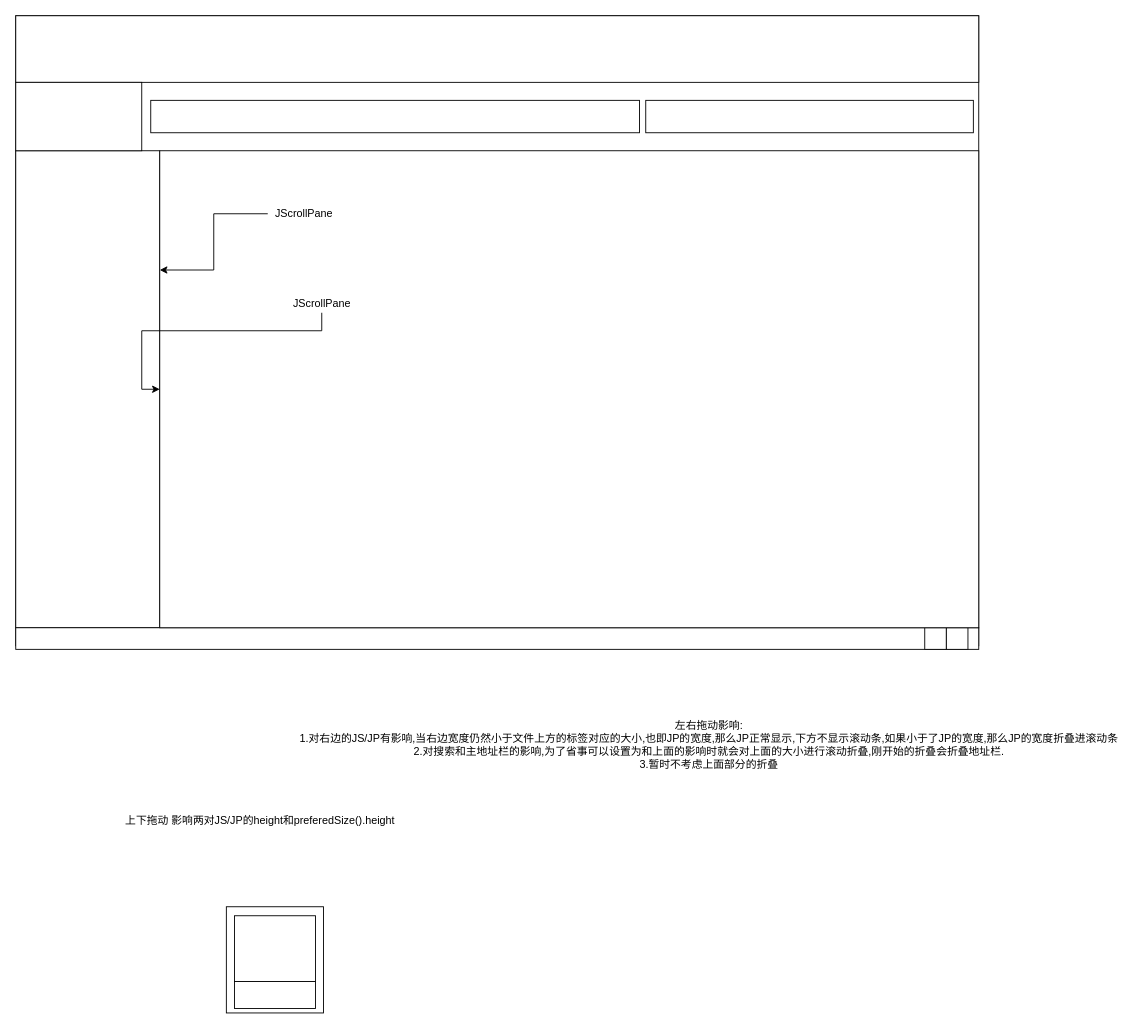
Before: target/classes/filechild.drawio in Basicconstruction/File_explorer, a draw.io diagram. Source tidied: cells renumbered, new cells numbered last; positions are measured from the earlier drawing's top-left corner, leaving out a move shared by most shapes. Both pictures are drawn from the tidied source at 90%, with x=0, y=0 at pixel (15, 15).
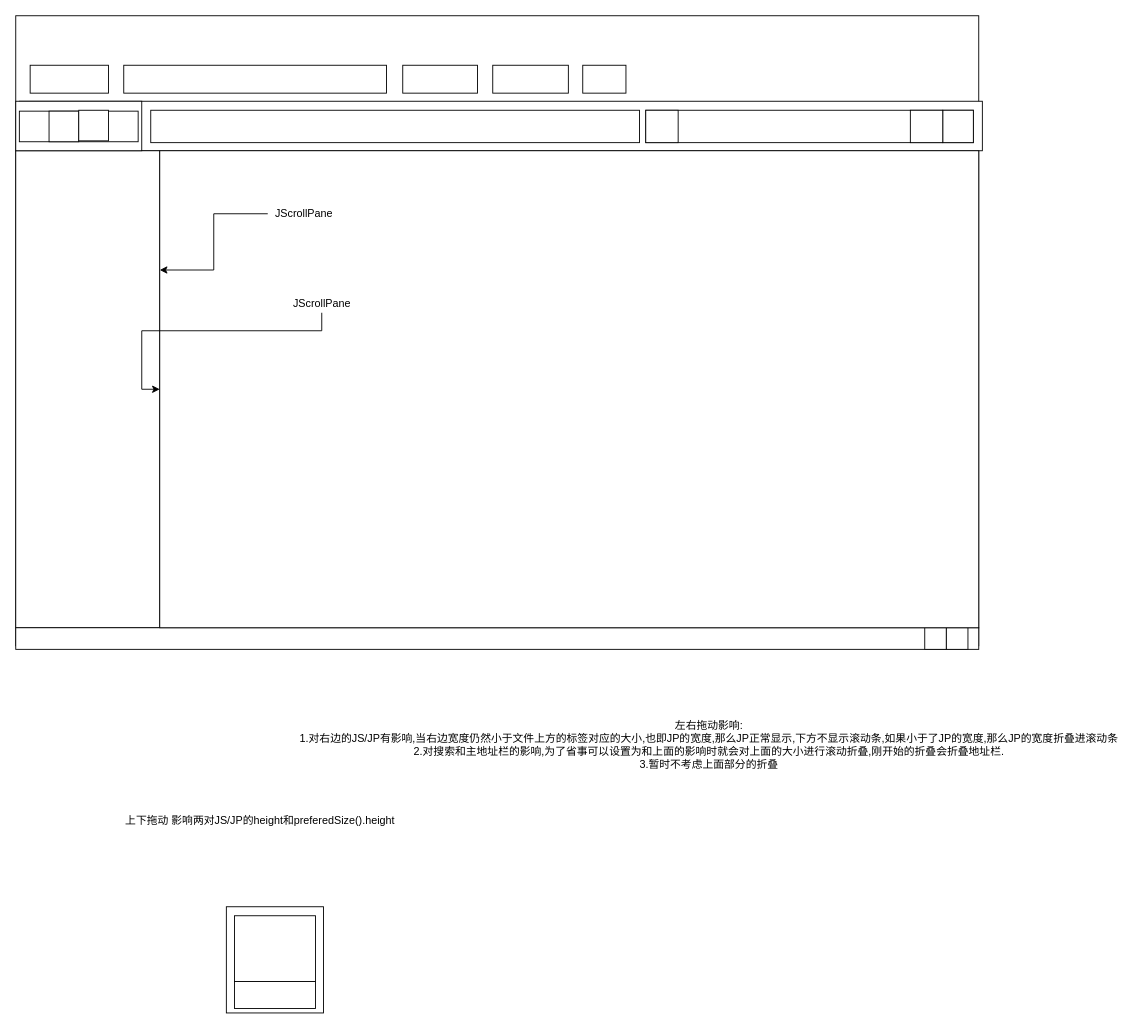
Above is the later version.

What changed in the source:
```diff
@@
     <mxCell id="3" style="rounded=0;whiteSpace=wrap;html=1;" parent="1" vertex="1">
-      <mxGeometry width="1070" height="74" as="geometry" />
+      <mxGeometry x="4" y="95" width="1070" height="55" as="geometry" />
     </mxCell>
@@
     <mxCell id="9" style="rounded=0;whiteSpace=wrap;html=1;" parent="1" vertex="1">
-      <mxGeometry y="74" width="140" height="76" as="geometry" />
+      <mxGeometry y="95" width="140" height="55" as="geometry" />
     </mxCell>
     <mxCell id="10" style="rounded=0;whiteSpace=wrap;html=1;" parent="1" vertex="1">
-      <mxGeometry x="150" y="94" width="543" height="36" as="geometry" />
+      <mxGeometry x="150" y="105" width="543" height="36" as="geometry" />
     </mxCell>
     <mxCell id="11" style="rounded=0;whiteSpace=wrap;html=1;" parent="1" vertex="1">
-      <mxGeometry x="700" y="94" width="364" height="36" as="geometry" />
+      <mxGeometry x="700" y="105" width="364" height="36" as="geometry" />
     </mxCell>
@@
+    <mxCell id="21" style="rounded=0;whiteSpace=wrap;html=1;" parent="1" vertex="1">
+      <mxGeometry x="700" y="105" width="36" height="36" as="geometry" />
+    </mxCell>
+    <mxCell id="22" style="rounded=0;whiteSpace=wrap;html=1;" parent="1" vertex="1">
+      <mxGeometry x="1030" y="105" width="34" height="36" as="geometry" />
+    </mxCell>
+    <mxCell id="23" style="rounded=0;whiteSpace=wrap;html=1;" parent="1" vertex="1">
+      <mxGeometry x="994" y="105" width="36" height="36" as="geometry" />
+    </mxCell>
+    <mxCell id="24" style="rounded=0;whiteSpace=wrap;html=1;" parent="1" vertex="1">
+      <mxGeometry x="4" y="106" width="132" height="34" as="geometry" />
+    </mxCell>
+    <mxCell id="25" style="rounded=0;whiteSpace=wrap;html=1;" parent="1" vertex="1">
+      <mxGeometry x="37" y="106" width="33" height="34" as="geometry" />
+    </mxCell>
+    <mxCell id="26" style="rounded=0;whiteSpace=wrap;html=1;" parent="1" vertex="1">
+      <mxGeometry x="70" y="105" width="33" height="34" as="geometry" />
+    </mxCell>
+    <mxCell id="27" style="rounded=0;whiteSpace=wrap;html=1;" parent="1" vertex="1">
+      <mxGeometry x="16" y="55" width="87" height="31" as="geometry" />
+    </mxCell>
+    <mxCell id="28" style="rounded=0;whiteSpace=wrap;html=1;" parent="1" vertex="1">
+      <mxGeometry x="120" y="55" width="292" height="31" as="geometry" />
+    </mxCell>
+    <mxCell id="29" style="rounded=0;whiteSpace=wrap;html=1;" parent="1" vertex="1">
+      <mxGeometry x="430" y="55" width="83" height="31" as="geometry" />
+    </mxCell>
+    <mxCell id="30" style="rounded=0;whiteSpace=wrap;html=1;" parent="1" vertex="1">
+      <mxGeometry x="530" y="55" width="84" height="31" as="geometry" />
+    </mxCell>
+    <mxCell id="31" style="rounded=0;whiteSpace=wrap;html=1;" parent="1" vertex="1">
+      <mxGeometry x="630" y="55" width="48" height="31" as="geometry" />
+    </mxCell>
```
